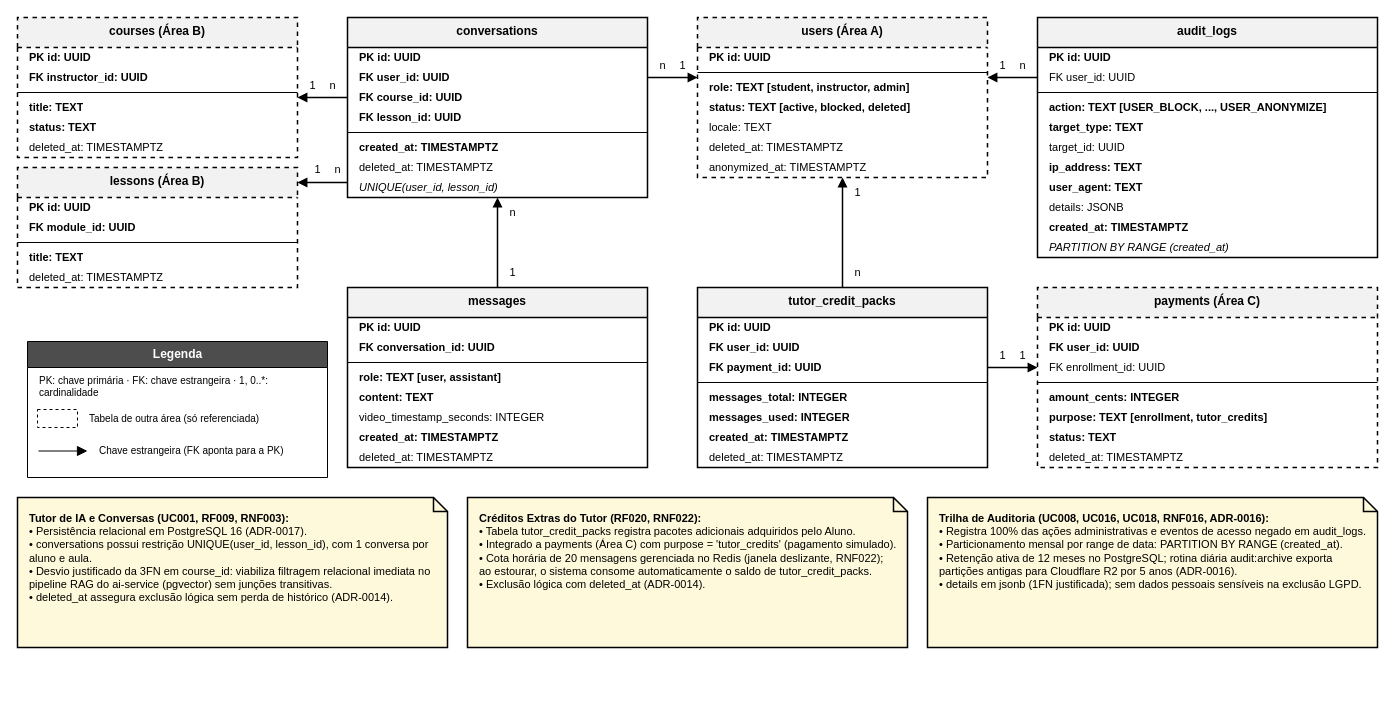
Plataforma-de-Cursos-TCC/plataforma-cursos-docs keeps this draw.io diagram as especificacao/diagramas/12-modelo-de-dados-area-d.drawio. Above is the earlier version. Source tidied: cells renumbered, new cells numbered last; positions are measured from the earlier drawing's top-left corner, leaving out a move shared by most shapes. Both pictures are drawn from the tidied source at 100%, with x=0, y=0 at pixel (17, 17).
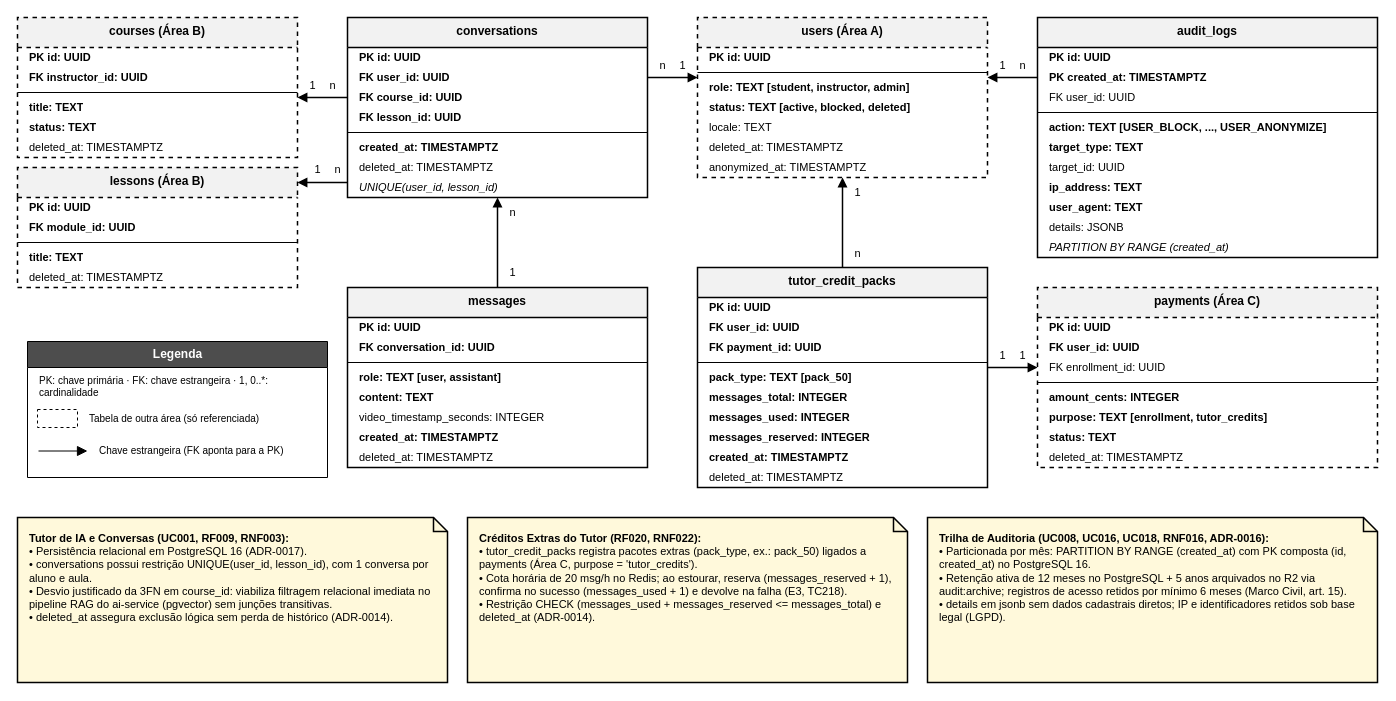
The same page after the edit.

Unchanged cells that the change refers to:
```xml
<mxCell id="50" value="audit_logs" style="swimlane;fontStyle=1;align=center;verticalAlign=top;horizontal=1;startSize=30;whiteSpace=wrap;html=1;fillColor=#F2F2F2;strokeColor=#000000;strokeWidth=1.5;fontFamily=Helvetica;fontSize=12;fontColor=#000000;" parent="1" vertex="1">
  <mxGeometry x="1020" width="340" height="240" as="geometry" />
</mxCell>
<mxCell id="62" value="payments (Área C)" style="swimlane;fontStyle=1;align=center;verticalAlign=top;horizontal=1;startSize=30;whiteSpace=wrap;html=1;fillColor=#F2F2F2;strokeColor=#000000;strokeWidth=1.5;fontFamily=Helvetica;fontSize=12;fontColor=#000000;dashed=1;" parent="1" vertex="1">
  <mxGeometry x="1020" y="270" width="340" height="180" as="geometry" />
</mxCell>
```

Change to the diagram source:
```diff
@@
     <mxCell id="41" value="tutor_credit_packs" style="swimlane;fontStyle=1;align=center;verticalAlign=top;horizontal=1;startSize=30;whiteSpace=wrap;html=1;fillColor=#F2F2F2;strokeColor=#000000;strokeWidth=1.5;fontFamily=Helvetica;fontSize=12;fontColor=#000000;" parent="1" vertex="1">
-      <mxGeometry x="680" y="270" width="290" height="180" as="geometry" />
+      <mxGeometry x="680" y="250" width="290" height="220" as="geometry" />
     </mxCell>
@@
+    <mxCell id="103" value="&lt;b&gt;pack_type: TEXT [pack_50]&lt;/b&gt;" style="text;strokeColor=none;fillColor=none;align=left;verticalAlign=middle;spacingLeft=10;spacingRight=10;overflow=hidden;fontFamily=Helvetica;fontSize=11;html=1;fontColor=#000000;" parent="41" vertex="1">
+      <mxGeometry y="100" width="290" height="20" as="geometry" />
+    </mxCell>
     <mxCell id="46" value="&lt;b&gt;messages_total: INTEGER&lt;/b&gt;" style="text;strokeColor=none;fillColor=none;align=left;verticalAlign=middle;spacingLeft=10;spacingRight=10;overflow=hidden;fontFamily=Helvetica;fontSize=11;html=1;fontColor=#000000;" parent="41" vertex="1">
-      <mxGeometry y="100" width="290" height="20" as="geometry" />
+      <mxGeometry y="120" width="290" height="20" as="geometry" />
     </mxCell>
     <mxCell id="47" value="&lt;b&gt;messages_used: INTEGER&lt;/b&gt;" style="text;strokeColor=none;fillColor=none;align=left;verticalAlign=middle;spacingLeft=10;spacingRight=10;overflow=hidden;fontFamily=Helvetica;fontSize=11;html=1;fontColor=#000000;" parent="41" vertex="1">
-      <mxGeometry y="120" width="290" height="20" as="geometry" />
+      <mxGeometry y="140" width="290" height="20" as="geometry" />
     </mxCell>
+    <mxCell id="104" value="&lt;b&gt;messages_reserved: INTEGER&lt;/b&gt;" style="text;strokeColor=none;fillColor=none;align=left;verticalAlign=middle;spacingLeft=10;spacingRight=10;overflow=hidden;fontFamily=Helvetica;fontSize=11;html=1;fontColor=#000000;" parent="41" vertex="1">
+      <mxGeometry y="160" width="290" height="20" as="geometry" />
+    </mxCell>
     <mxCell id="48" value="&lt;b&gt;created_at: TIMESTAMPTZ&lt;/b&gt;" style="text;strokeColor=none;fillColor=none;align=left;verticalAlign=middle;spacingLeft=10;spacingRight=10;overflow=hidden;fontFamily=Helvetica;fontSize=11;html=1;fontColor=#000000;" parent="41" vertex="1">
-      <mxGeometry y="140" width="290" height="20" as="geometry" />
+      <mxGeometry y="180" width="290" height="20" as="geometry" />
     </mxCell>
     <mxCell id="49" value="deleted_at: TIMESTAMPTZ" style="text;strokeColor=none;fillColor=none;align=left;verticalAlign=middle;spacingLeft=10;spacingRight=10;overflow=hidden;fontFamily=Helvetica;fontSize=11;html=1;fontColor=#000000;" parent="41" vertex="1">
-      <mxGeometry y="160" width="290" height="20" as="geometry" />
+      <mxGeometry y="200" width="290" height="20" as="geometry" />
     </mxCell>
@@
+    <mxCell id="60" value="&lt;b&gt;PK&lt;/b&gt;    &lt;b&gt;created_at: TIMESTAMPTZ&lt;/b&gt;" style="text;strokeColor=none;fillColor=none;align=left;verticalAlign=middle;spacingLeft=10;spacingRight=10;overflow=hidden;fontFamily=Helvetica;fontSize=11;html=1;fontColor=#000000;" parent="50" vertex="1">
+      <mxGeometry y="50" width="340" height="20" as="geometry" />
+    </mxCell>
     <mxCell id="52" value="FK    user_id: UUID" style="text;strokeColor=none;fillColor=none;align=left;verticalAlign=middle;spacingLeft=10;spacingRight=10;overflow=hidden;fontFamily=Helvetica;fontSize=11;html=1;fontColor=#000000;" parent="50" vertex="1">
-      <mxGeometry y="50" width="340" height="20" as="geometry" />
+      <mxGeometry y="70" width="340" height="20" as="geometry" />
     </mxCell>
     <mxCell id="53" style="line;strokeWidth=1;fillColor=none;align=left;verticalAlign=middle;spacingTop=-1;spacingLeft=0;spacingRight=0;strokeColor=#000000;" parent="50" vertex="1">
-      <mxGeometry y="70" width="340" height="10" as="geometry" />
+      <mxGeometry y="90" width="340" height="10" as="geometry" />
     </mxCell>
     <mxCell id="54" value="&lt;b&gt;action: TEXT [USER_BLOCK, ..., USER_ANONYMIZE]&lt;/b&gt;" style="text;strokeColor=none;fillColor=none;align=left;verticalAlign=middle;spacingLeft=10;spacingRight=10;overflow=hidden;fontFamily=Helvetica;fontSize=11;html=1;fontColor=#000000;" parent="50" vertex="1">
-      <mxGeometry y="80" width="340" height="20" as="geometry" />
+      <mxGeometry y="100" width="340" height="20" as="geometry" />
     </mxCell>
     <mxCell id="55" value="&lt;b&gt;target_type: TEXT&lt;/b&gt;" style="text;strokeColor=none;fillColor=none;align=left;verticalAlign=middle;spacingLeft=10;spacingRight=10;overflow=hidden;fontFamily=Helvetica;fontSize=11;html=1;fontColor=#000000;" parent="50" vertex="1">
-      <mxGeometry y="100" width="340" height="20" as="geometry" />
+      <mxGeometry y="120" width="340" height="20" as="geometry" />
     </mxCell>
     <mxCell id="56" value="target_id: UUID" style="text;strokeColor=none;fillColor=none;align=left;verticalAlign=middle;spacingLeft=10;spacingRight=10;overflow=hidden;fontFamily=Helvetica;fontSize=11;html=1;fontColor=#000000;" parent="50" vertex="1">
-      <mxGeometry y="120" width="340" height="20" as="geometry" />
+      <mxGeometry y="140" width="340" height="20" as="geometry" />
     </mxCell>
     <mxCell id="57" value="&lt;b&gt;ip_address: TEXT&lt;/b&gt;" style="text;strokeColor=none;fillColor=none;align=left;verticalAlign=middle;spacingLeft=10;spacingRight=10;overflow=hidden;fontFamily=Helvetica;fontSize=11;html=1;fontColor=#000000;" parent="50" vertex="1">
-      <mxGeometry y="140" width="340" height="20" as="geometry" />
+      <mxGeometry y="160" width="340" height="20" as="geometry" />
     </mxCell>
     <mxCell id="58" value="&lt;b&gt;user_agent: TEXT&lt;/b&gt;" style="text;strokeColor=none;fillColor=none;align=left;verticalAlign=middle;spacingLeft=10;spacingRight=10;overflow=hidden;fontFamily=Helvetica;fontSize=11;html=1;fontColor=#000000;" parent="50" vertex="1">
-      <mxGeometry y="160" width="340" height="20" as="geometry" />
+      <mxGeometry y="180" width="340" height="20" as="geometry" />
     </mxCell>
     <mxCell id="59" value="details: JSONB" style="text;strokeColor=none;fillColor=none;align=left;verticalAlign=middle;spacingLeft=10;spacingRight=10;overflow=hidden;fontFamily=Helvetica;fontSize=11;html=1;fontColor=#000000;" parent="50" vertex="1">
-      <mxGeometry y="180" width="340" height="20" as="geometry" />
+      <mxGeometry y="200" width="340" height="20" as="geometry" />
     </mxCell>
-    <mxCell id="60" value="&lt;b&gt;created_at: TIMESTAMPTZ&lt;/b&gt;" style="text;strokeColor=none;fillColor=none;align=left;verticalAlign=middle;spacingLeft=10;spacingRight=10;overflow=hidden;fontFamily=Helvetica;fontSize=11;html=1;fontColor=#000000;" parent="50" vertex="1">
-      <mxGeometry y="200" width="340" height="20" as="geometry" />
-    </mxCell>
@@
     <mxCell id="71" value="&lt;b&gt;Tutor de IA e Conversas (UC001, RF009, RNF003):&lt;/b&gt;&lt;br&gt;• Persistência relacional em PostgreSQL 16 (ADR-0017).&lt;br&gt;• conversations possui restrição UNIQUE(user_id, lesson_id), com 1 conversa por aluno e aula.&lt;br&gt;• Desvio justificado da 3FN em course_id: viabiliza filtragem relacional imediata no pipeline RAG do ai-service (pgvector) sem junções transitivas.&lt;br&gt;• deleted_at assegura exclusão lógica sem perda de histórico (ADR-0014)." style="shape=note;whiteSpace=wrap;html=1;size=14;verticalAlign=top;align=left;spacingLeft=10;spacingRight=10;spacingTop=8;spacingBottom=8;fillColor=#FFF9DB;strokeColor=#000000;strokeWidth=1.5;fontFamily=Helvetica;fontSize=11;fontColor=#000000;" parent="1" vertex="1">
-      <mxGeometry y="480" width="430" height="150" as="geometry" />
+      <mxGeometry y="500" width="430" height="165" as="geometry" />
     </mxCell>
-    <mxCell id="72" value="&lt;b&gt;Créditos Extras do Tutor (RF020, RNF022):&lt;/b&gt;&lt;br&gt;• Tabela tutor_credit_packs registra pacotes adicionais adquiridos pelo Aluno.&lt;br&gt;• Integrado a payments (Área C) com purpose = 'tutor_credits' (pagamento simulado).&lt;br&gt;• Cota horária de 20 mensagens gerenciada no Redis (janela deslizante, RNF022); ao estourar, o sistema consome automaticamente o saldo de tutor_credit_packs.&lt;br&gt;• Exclusão lógica com deleted_at (ADR-0014)." style="shape=note;whiteSpace=wrap;html=1;size=14;verticalAlign=top;align=left;spacingLeft=10;spacingRight=10;spacingTop=8;spacingBottom=8;fillColor=#FFF9DB;strokeColor=#000000;strokeWidth=1.5;fontFamily=Helvetica;fontSize=11;fontColor=#000000;" parent="1" vertex="1">
-      <mxGeometry x="450" y="480" width="440" height="150" as="geometry" />
+    <mxCell id="72" value="&lt;b&gt;Créditos Extras do Tutor (RF020, RNF022):&lt;/b&gt;&lt;br&gt;• tutor_credit_packs registra pacotes extras (pack_type, ex.: pack_50) ligados a payments (Área C, purpose = 'tutor_credits').&lt;br&gt;• Cota horária de 20 msg/h no Redis; ao estourar, reserva (messages_reserved + 1), confirma no sucesso (messages_used + 1) e devolve na falha (E3, TC218).&lt;br&gt;• Restrição CHECK (messages_used + messages_reserved &amp;lt;= messages_total) e deleted_at (ADR-0014)." style="shape=note;whiteSpace=wrap;html=1;size=14;verticalAlign=top;align=left;spacingLeft=10;spacingRight=10;spacingTop=8;spacingBottom=8;fillColor=#FFF9DB;strokeColor=#000000;strokeWidth=1.5;fontFamily=Helvetica;fontSize=11;fontColor=#000000;" parent="1" vertex="1">
+      <mxGeometry x="450" y="500" width="440" height="165" as="geometry" />
     </mxCell>
-    <mxCell id="73" value="&lt;b&gt;Trilha de Auditoria (UC008, UC016, UC018, RNF016, ADR-0016):&lt;/b&gt;&lt;br&gt;• Registra 100% das ações administrativas e eventos de acesso negado em audit_logs.&lt;br&gt;• Particionamento mensal por range de data: PARTITION BY RANGE (created_at).&lt;br&gt;• Retenção ativa de 12 meses no PostgreSQL; rotina diária audit:archive exporta partições antigas para Cloudflare R2 por 5 anos (ADR-0016).&lt;br&gt;• details em jsonb (1FN justificada); sem dados pessoais sensíveis na exclusão LGPD." style="shape=note;whiteSpace=wrap;html=1;size=14;verticalAlign=top;align=left;spacingLeft=10;spacingRight=10;spacingTop=8;spacingBottom=8;fillColor=#FFF9DB;strokeColor=#000000;strokeWidth=1.5;fontFamily=Helvetica;fontSize=11;fontColor=#000000;" parent="1" vertex="1">
-      <mxGeometry x="910" y="480" width="450" height="150" as="geometry" />
+    <mxCell id="73" value="&lt;b&gt;Trilha de Auditoria (UC008, UC016, UC018, RNF016, ADR-0016):&lt;/b&gt;&lt;br&gt;• Particionada por mês: PARTITION BY RANGE (created_at) com PK composta (id, created_at) no PostgreSQL 16.&lt;br&gt;• Retenção ativa de 12 meses no PostgreSQL + 5 anos arquivados no R2 via audit:archive; registros de acesso retidos por mínimo 6 meses (Marco Civil, art. 15).&lt;br&gt;• details em jsonb sem dados cadastrais diretos; IP e identificadores retidos sob base legal (LGPD)." style="shape=note;whiteSpace=wrap;html=1;size=14;verticalAlign=top;align=left;spacingLeft=10;spacingRight=10;spacingTop=8;spacingBottom=8;fillColor=#FFF9DB;strokeColor=#000000;strokeWidth=1.5;fontFamily=Helvetica;fontSize=11;fontColor=#000000;" parent="1" vertex="1">
+      <mxGeometry x="910" y="500" width="450" height="165" as="geometry" />
     </mxCell>
@@
     <mxCell id="88" value="n" style="text;html=1;align=center;verticalAlign=middle;fontSize=11;fontFamily=Helvetica;fontColor=#000000;" parent="1" vertex="1">
-      <mxGeometry x="830" y="245" width="20" height="20" as="geometry" />
+      <mxGeometry x="830" y="226" width="20" height="20" as="geometry" />
     </mxCell>
@@
-    <mxCell id="92" style="edgeStyle=orthogonalEdgeStyle;rounded=0;jettySize=auto;html=1;strokeColor=#000000;strokeWidth=1.5;endArrow=block;endFill=1;exitX=1;exitY=0.4444;entryX=0;entryY=0.4444;" parent="1" edge="1" source="41" target="62">
+    <mxCell id="92" style="edgeStyle=orthogonalEdgeStyle;rounded=0;jettySize=auto;html=1;strokeColor=#000000;strokeWidth=1.5;endArrow=block;endFill=1;exitX=1;exitY=0.4545;entryX=0;entryY=0.4444;" parent="1" edge="1" source="41" target="62">
       <mxGeometry relative="1" as="geometry" />
     </mxCell>
```
